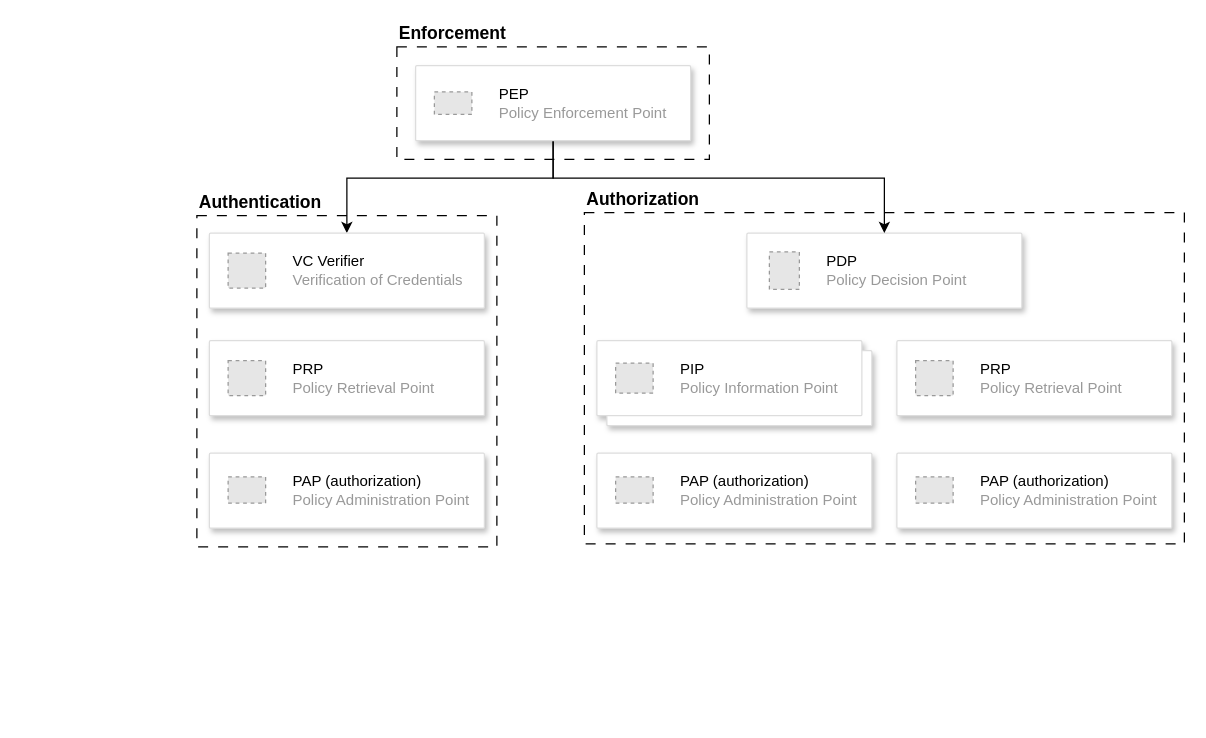
Earlier version of the draw.io diagram images/login_in_DOME/authn_architecture.drawio (DOME-Marketplace/did-method-elsi). Source tidied: cells renumbered, new cells numbered last; positions are measured from the earlier drawing's top-left corner, leaving out a move shared by most shapes. Both pictures are drawn from the tidied source at 125%, with x=0, y=0 at pixel (196, 46). Pictures stored in the file or linked from it are replaced by grey dashed boxes.
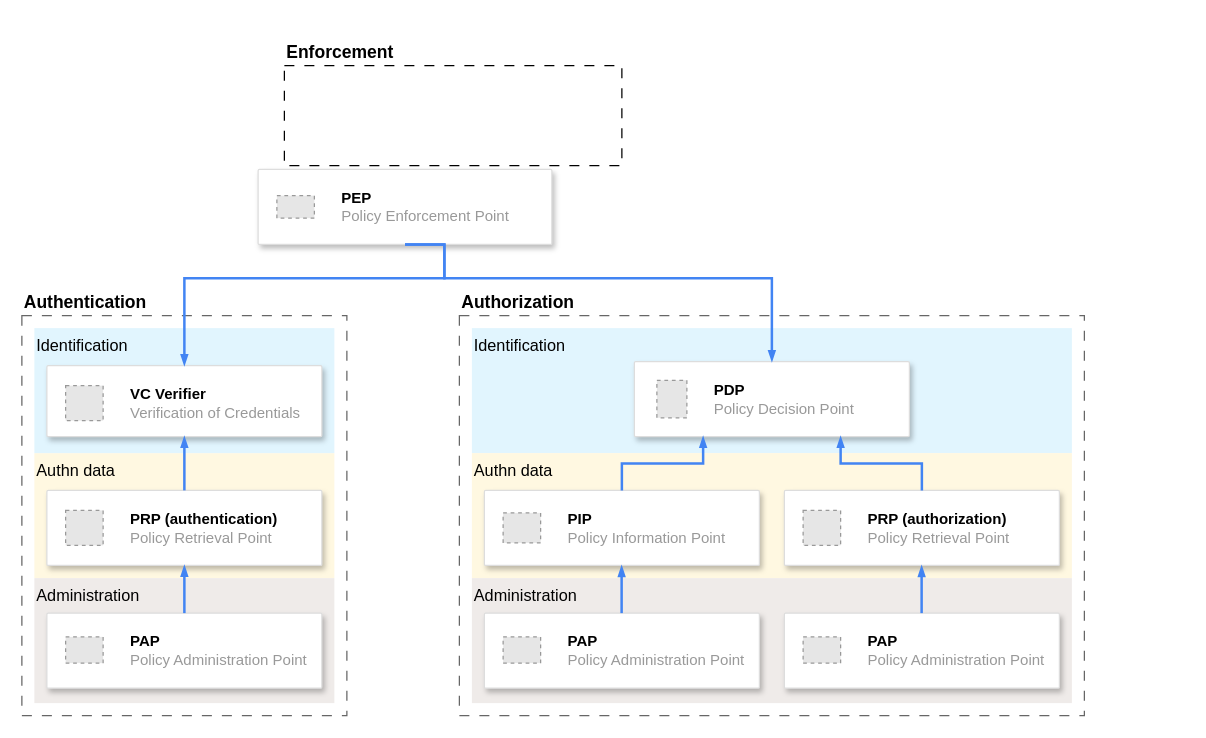
The same diagram, later.

Commit message (it also covers changes not shown here):
Add detail to architecture drawing

Change to the diagram source:
```diff
@@
+    <mxCell id="3" value="&lt;b&gt;&lt;font style=&quot;font-size: 14px;&quot;&gt;Authorization&lt;/font&gt;&lt;/b&gt;" style="rounded=0;whiteSpace=wrap;html=1;dashed=1;dashPattern=8 8;fillStyle=auto;fillColor=none;align=left;verticalAlign=bottom;labelPosition=center;verticalLabelPosition=top;strokeColor=#666666;" parent="1" vertex="1">
+      <mxGeometry x="210" y="215" width="500" height="320" as="geometry" />
+    </mxCell>
+    <mxCell id="25" value="&lt;font style=&quot;font-size: 13px;&quot;&gt;Identification&lt;/font&gt;" style="rounded=0;whiteSpace=wrap;html=1;fillColor=#e1f5fe;gradientColor=none;strokeColor=none;verticalAlign=top;labelPosition=center;verticalLabelPosition=middle;align=left;" parent="1" vertex="1">
+      <mxGeometry x="220" y="225" width="480" height="100" as="geometry" />
+    </mxCell>
+    <mxCell id="26" value="&lt;font style=&quot;font-size: 13px;&quot;&gt;Authn data&lt;/font&gt;" style="rounded=0;whiteSpace=wrap;html=1;fillColor=#FFF8E1;strokeColor=none;verticalAlign=top;align=left;" parent="1" vertex="1">
+      <mxGeometry x="220" y="325" width="480" height="100" as="geometry" />
+    </mxCell>
+    <mxCell id="27" value="&lt;font style=&quot;font-size: 13px;&quot;&gt;Administration&lt;/font&gt;" style="rounded=0;whiteSpace=wrap;html=1;fillColor=#EFEBE9;strokeColor=none;align=left;verticalAlign=top;" parent="1" vertex="1">
+      <mxGeometry x="220" y="425" width="480" height="100" as="geometry" />
+    </mxCell>
+    <mxCell id="4" value="&lt;b&gt;&lt;font style=&quot;font-size: 14px;&quot;&gt;Authentication&lt;/font&gt;&lt;/b&gt;" style="rounded=0;whiteSpace=wrap;html=1;dashed=1;dashPattern=8 8;fillStyle=auto;fillColor=none;align=left;verticalAlign=bottom;labelPosition=center;verticalLabelPosition=top;strokeColor=#666666;" parent="1" vertex="1">
+      <mxGeometry x="-140" y="215" width="260" height="320" as="geometry" />
+    </mxCell>
+    <mxCell id="28" value="&lt;font style=&quot;font-size: 13px;&quot;&gt;Authn data&lt;/font&gt;" style="rounded=0;whiteSpace=wrap;html=1;fillColor=#FFF8E1;strokeColor=none;verticalAlign=top;align=left;" parent="1" vertex="1">
+      <mxGeometry x="-130" y="325" width="240" height="100" as="geometry" />
+    </mxCell>
+    <mxCell id="29" style="strokeColor=#dddddd;shadow=1;strokeWidth=1;rounded=1;absoluteArcSize=1;arcSize=2;" parent="1" vertex="1">
+      <mxGeometry x="-120" y="354.8" width="220" height="60" as="geometry" />
+    </mxCell>
+    <mxCell id="30" value="&lt;font color=&quot;#000000&quot;&gt;&lt;b&gt;PRP (authentication)&lt;/b&gt;&lt;br&gt;&lt;/font&gt;Policy Retrieval Point" style="fillColor=#E6E6E6;strokeColor=#999999;dashed=1;html=1;fontColor=#999999;verticalLabelPosition=middle;labelBackgroundColor=#ffffff;verticalAlign=middle;labelPosition=right;align=left;spacingLeft=20;" parent="29" vertex="1">
+      <mxGeometry width="30" height="28" relative="1" as="geometry">
+        <mxPoint x="15" y="16" as="offset" />
+      </mxGeometry>
+    </mxCell>
+    <mxCell id="31" value="&lt;font style=&quot;font-size: 13px;&quot;&gt;Identification&lt;/font&gt;" style="rounded=0;whiteSpace=wrap;html=1;fillColor=#e1f5fe;gradientColor=none;strokeColor=none;verticalAlign=top;labelPosition=center;verticalLabelPosition=middle;align=left;" parent="1" vertex="1">
+      <mxGeometry x="-130" y="225" width="240" height="100" as="geometry" />
+    </mxCell>
+    <mxCell id="32" style="strokeColor=#dddddd;shadow=1;strokeWidth=1;rounded=1;absoluteArcSize=1;arcSize=2;" parent="1" vertex="1">
+      <mxGeometry x="-120" y="255" width="220" height="56.7" as="geometry" />
+    </mxCell>
+    <mxCell id="24" value="&lt;font color=&quot;#000000&quot;&gt;&lt;b&gt;VC Verifier&lt;/b&gt;&lt;br&gt;&lt;/font&gt;Verification of Credentials" style="fillColor=#E6E6E6;strokeColor=#999999;dashed=1;html=1;fontColor=#999999;verticalLabelPosition=middle;labelBackgroundColor=#ffffff;verticalAlign=middle;labelPosition=right;align=left;spacingLeft=20;" parent="32" vertex="1">
+      <mxGeometry width="30" height="28" relative="1" as="geometry">
+        <mxPoint x="15" y="16" as="offset" />
+      </mxGeometry>
+    </mxCell>
+    <mxCell id="33" value="&lt;font style=&quot;font-size: 13px;&quot;&gt;Administration&lt;/font&gt;" style="rounded=0;whiteSpace=wrap;html=1;fillColor=#EFEBE9;strokeColor=none;align=left;verticalAlign=top;" parent="1" vertex="1">
+      <mxGeometry x="-130" y="425" width="240" height="100" as="geometry" />
+    </mxCell>
+    <mxCell id="34" style="strokeColor=#dddddd;shadow=1;strokeWidth=1;rounded=1;absoluteArcSize=1;arcSize=2;" parent="1" vertex="1">
+      <mxGeometry x="-120" y="453" width="220" height="60" as="geometry" />
+    </mxCell>
+    <mxCell id="35" value="&lt;font color=&quot;#000000&quot;&gt;&lt;b&gt;PAP&lt;/b&gt;&lt;/font&gt;&lt;br&gt;Policy Administration Point" style="fillColor=#E6E6E6;strokeColor=#999999;dashed=1;html=1;fontColor=#999999;verticalLabelPosition=middle;labelBackgroundColor=#ffffff;verticalAlign=middle;labelPosition=right;align=left;spacingLeft=20;" parent="34" vertex="1">
+      <mxGeometry width="30" height="21" relative="1" as="geometry">
+        <mxPoint x="15" y="19" as="offset" />
+      </mxGeometry>
+    </mxCell>
+    <mxCell id="36" style="strokeColor=#dddddd;shadow=1;strokeWidth=1;rounded=1;absoluteArcSize=1;arcSize=2;" parent="1" vertex="1">
+      <mxGeometry x="350" y="251.7" width="220" height="60" as="geometry" />
+    </mxCell>
+    <mxCell id="6" value="&lt;font color=&quot;#000000&quot;&gt;&lt;b&gt;PDP&lt;/b&gt;&lt;/font&gt;&lt;br&gt;Policy Decision Point" style="fillColor=#E6E6E6;strokeColor=#999999;dashed=1;html=1;fontColor=#999999;verticalLabelPosition=middle;labelBackgroundColor=#ffffff;verticalAlign=middle;labelPosition=right;align=left;spacingLeft=20;" parent="36" vertex="1">
+      <mxGeometry width="24" height="30" relative="1" as="geometry">
+        <mxPoint x="18" y="15" as="offset" />
+      </mxGeometry>
+    </mxCell>
+    <mxCell id="37" style="strokeColor=#dddddd;shadow=1;strokeWidth=1;rounded=1;absoluteArcSize=1;arcSize=2;" parent="1" vertex="1">
+      <mxGeometry x="230" y="453" width="220" height="60" as="geometry" />
+    </mxCell>
+    <mxCell id="38" value="&lt;font color=&quot;#000000&quot;&gt;&lt;b&gt;PAP&lt;/b&gt;&lt;/font&gt;&lt;br&gt;Policy Administration Point" style="fillColor=#E6E6E6;strokeColor=#999999;dashed=1;html=1;fontColor=#999999;verticalLabelPosition=middle;labelBackgroundColor=#ffffff;verticalAlign=middle;labelPosition=right;align=left;spacingLeft=20;" parent="37" vertex="1">
+      <mxGeometry width="30" height="21" relative="1" as="geometry">
+        <mxPoint x="15" y="19" as="offset" />
+      </mxGeometry>
+    </mxCell>
+    <mxCell id="39" style="strokeColor=#dddddd;shadow=1;strokeWidth=1;rounded=1;absoluteArcSize=1;arcSize=2;" parent="1" vertex="1">
+      <mxGeometry x="470" y="354.8" width="220" height="60" as="geometry" />
+    </mxCell>
+    <mxCell id="40" value="&lt;font color=&quot;#000000&quot;&gt;&lt;b&gt;PRP (authorization)&lt;/b&gt;&lt;br&gt;&lt;/font&gt;Policy Retrieval Point" style="fillColor=#E6E6E6;strokeColor=#999999;dashed=1;html=1;fontColor=#999999;verticalLabelPosition=middle;labelBackgroundColor=#ffffff;verticalAlign=middle;labelPosition=right;align=left;spacingLeft=20;" parent="39" vertex="1">
+      <mxGeometry width="30" height="28" relative="1" as="geometry">
+        <mxPoint x="15" y="16" as="offset" />
+      </mxGeometry>
+    </mxCell>
+    <mxCell id="41" style="strokeColor=#dddddd;shadow=1;strokeWidth=1;rounded=1;absoluteArcSize=1;arcSize=2;" parent="1" vertex="1">
+      <mxGeometry x="470" y="453" width="220" height="60" as="geometry" />
+    </mxCell>
+    <mxCell id="42" value="&lt;font color=&quot;#000000&quot;&gt;&lt;b&gt;PAP&lt;/b&gt;&lt;/font&gt;&lt;br&gt;Policy Administration Point" style="fillColor=#E6E6E6;strokeColor=#999999;dashed=1;html=1;fontColor=#999999;verticalLabelPosition=middle;labelBackgroundColor=#ffffff;verticalAlign=middle;labelPosition=right;align=left;spacingLeft=20;" parent="41" vertex="1">
+      <mxGeometry width="30" height="21" relative="1" as="geometry">
+        <mxPoint x="15" y="19" as="offset" />
+      </mxGeometry>
+    </mxCell>
+    <mxCell id="43" style="strokeColor=#dddddd;shadow=1;strokeWidth=1;rounded=1;absoluteArcSize=1;arcSize=2;" parent="1" vertex="1">
+      <mxGeometry x="230" y="354.8" width="220" height="60" as="geometry" />
+    </mxCell>
+    <mxCell id="8" value="&lt;font color=&quot;#000000&quot;&gt;&lt;b&gt;PIP&lt;/b&gt;&lt;/font&gt;&lt;br&gt;Policy Information Point" style="fillColor=#E6E6E6;strokeColor=#999999;dashed=1;html=1;fontColor=#999999;verticalLabelPosition=middle;labelBackgroundColor=#ffffff;verticalAlign=middle;labelPosition=right;align=left;spacingLeft=20;" parent="43" vertex="1">
+      <mxGeometry width="30" height="24" relative="1" as="geometry">
+        <mxPoint x="15" y="18" as="offset" />
+      </mxGeometry>
+    </mxCell>
+    <mxCell id="44" style="edgeStyle=orthogonalEdgeStyle;fontSize=12;html=1;endArrow=blockThin;endFill=1;rounded=0;strokeWidth=2;endSize=4;startSize=4;dashed=0;strokeColor=#4284F3;entryX=0.5;entryY=1;entryDx=0;entryDy=0;exitX=0.5;exitY=0;exitDx=0;exitDy=0;" parent="1" edge="1" source="34" target="29">
+      <mxGeometry relative="1" as="geometry" />
+    </mxCell>
+    <mxCell id="45" style="edgeStyle=orthogonalEdgeStyle;fontSize=12;html=1;endArrow=blockThin;endFill=1;rounded=0;strokeWidth=2;endSize=4;startSize=4;dashed=0;strokeColor=#4284F3;entryX=0.5;entryY=1;entryDx=0;entryDy=0;exitX=0.5;exitY=0;exitDx=0;exitDy=0;" parent="1" edge="1" source="29" target="32">
+      <mxGeometry relative="1" as="geometry" />
+    </mxCell>
+    <mxCell id="46" style="edgeStyle=orthogonalEdgeStyle;fontSize=12;html=1;endArrow=blockThin;endFill=1;rounded=0;strokeWidth=2;endSize=4;startSize=4;dashed=0;strokeColor=#4284F3;entryX=0.5;entryY=1;entryDx=0;entryDy=0;exitX=0.5;exitY=0;exitDx=0;exitDy=0;" parent="1" edge="1">
+      <mxGeometry relative="1" as="geometry">
+        <mxPoint x="339.8" y="453" as="sourcePoint" />
+        <mxPoint x="339.8" y="415" as="targetPoint" />
+      </mxGeometry>
+    </mxCell>
+    <mxCell id="47" style="edgeStyle=orthogonalEdgeStyle;fontSize=12;html=1;endArrow=blockThin;endFill=1;rounded=0;strokeWidth=2;endSize=4;startSize=4;dashed=0;strokeColor=#4284F3;entryX=0.5;entryY=1;entryDx=0;entryDy=0;exitX=0.5;exitY=0;exitDx=0;exitDy=0;" parent="1" edge="1">
+      <mxGeometry relative="1" as="geometry">
+        <mxPoint x="579.8" y="453" as="sourcePoint" />
+        <mxPoint x="579.8" y="415" as="targetPoint" />
+      </mxGeometry>
+    </mxCell>
+    <mxCell id="48" style="edgeStyle=orthogonalEdgeStyle;fontSize=12;html=1;endArrow=blockThin;endFill=1;rounded=0;strokeWidth=2;endSize=4;startSize=4;dashed=0;strokeColor=#4284F3;entryX=0.25;entryY=1;entryDx=0;entryDy=0;exitX=0.5;exitY=0;exitDx=0;exitDy=0;" parent="1" edge="1" source="43" target="36">
+      <mxGeometry relative="1" as="geometry" />
+    </mxCell>
+    <mxCell id="49" style="edgeStyle=orthogonalEdgeStyle;fontSize=12;html=1;endArrow=blockThin;endFill=1;rounded=0;strokeWidth=2;endSize=4;startSize=4;dashed=0;strokeColor=#4284F3;entryX=0.75;entryY=1;entryDx=0;entryDy=0;exitX=0.5;exitY=0;exitDx=0;exitDy=0;" parent="1" edge="1" source="39" target="36">
+      <mxGeometry relative="1" as="geometry" />
+    </mxCell>
     <mxCell id="2" value="&lt;b&gt;&lt;font style=&quot;font-size: 14px;&quot;&gt;Enforcement&lt;/font&gt;&lt;/b&gt;" style="rounded=0;whiteSpace=wrap;html=1;dashed=1;dashPattern=8 8;fillStyle=auto;fillColor=none;align=left;verticalAlign=bottom;labelPosition=center;verticalLabelPosition=top;" parent="1" vertex="1">
-      <mxGeometry x="160" width="250" height="90" as="geometry" />
+      <mxGeometry x="70" y="15" width="270" height="80" as="geometry" />
     </mxCell>
-    <mxCell id="3" value="&lt;b&gt;&lt;font style=&quot;font-size: 14px;&quot;&gt;Authorization&lt;/font&gt;&lt;/b&gt;" style="rounded=0;whiteSpace=wrap;html=1;dashed=1;dashPattern=8 8;fillStyle=auto;fillColor=none;align=left;verticalAlign=bottom;labelPosition=center;verticalLabelPosition=top;" parent="1" vertex="1">
-      <mxGeometry x="310" y="132.5" width="480" height="265" as="geometry" />
-    </mxCell>
-    <mxCell id="4" value="&lt;b&gt;&lt;font style=&quot;font-size: 14px;&quot;&gt;Authentication&lt;/font&gt;&lt;/b&gt;" style="rounded=0;whiteSpace=wrap;html=1;dashed=1;dashPattern=8 8;fillStyle=auto;fillColor=none;align=left;verticalAlign=bottom;labelPosition=center;verticalLabelPosition=top;" parent="1" vertex="1">
-      <mxGeometry y="135" width="240" height="265" as="geometry" />
-    </mxCell>
-    <mxCell id="5" style="strokeColor=#dddddd;shadow=1;strokeWidth=1;rounded=1;absoluteArcSize=1;arcSize=2;" parent="1" vertex="1">
-      <mxGeometry x="440" y="149" width="220" height="60" as="geometry" />
-    </mxCell>
-    <mxCell id="6" value="&lt;font color=&quot;#000000&quot;&gt;PDP&lt;/font&gt;&lt;br&gt;Policy Decision Point" style="fillColor=#E6E6E6;strokeColor=#999999;dashed=1;html=1;fontColor=#999999;verticalLabelPosition=middle;labelBackgroundColor=#ffffff;verticalAlign=middle;labelPosition=right;align=left;spacingLeft=20;" parent="5" vertex="1">
-      <mxGeometry width="24" height="30" relative="1" as="geometry">
-        <mxPoint x="18" y="15" as="offset" />
-      </mxGeometry>
-    </mxCell>
-    <mxCell id="7" style="shape=mxgraph.gcp2.doubleRect;strokeColor=#dddddd;shadow=1;strokeWidth=1;rounded=1;absoluteArcSize=1;arcSize=2;" parent="1" vertex="1">
-      <mxGeometry x="320" y="235" width="220" height="68" as="geometry" />
-    </mxCell>
-    <mxCell id="8" value="&lt;font color=&quot;#000000&quot;&gt;PIP&lt;/font&gt;&lt;br&gt;Policy Information Point" style="fillColor=#E6E6E6;strokeColor=#999999;dashed=1;html=1;fontColor=#999999;verticalLabelPosition=middle;labelBackgroundColor=#ffffff;verticalAlign=middle;labelPosition=right;align=left;spacingLeft=20;" parent="7" vertex="1">
-      <mxGeometry width="30" height="24" relative="1" as="geometry">
-        <mxPoint x="15" y="18" as="offset" />
-      </mxGeometry>
-    </mxCell>
-    <mxCell id="9" style="strokeColor=#dddddd;shadow=1;strokeWidth=1;rounded=1;absoluteArcSize=1;arcSize=2;" parent="1" vertex="1">
-      <mxGeometry x="320" y="325" width="220" height="60" as="geometry" />
-    </mxCell>
-    <mxCell id="10" value="&lt;font color=&quot;#000000&quot;&gt;PAP (authorization)&lt;/font&gt;&lt;br&gt;Policy Administration Point" style="fillColor=#E6E6E6;strokeColor=#999999;dashed=1;html=1;fontColor=#999999;verticalLabelPosition=middle;labelBackgroundColor=#ffffff;verticalAlign=middle;labelPosition=right;align=left;spacingLeft=20;" parent="9" vertex="1">
-      <mxGeometry width="30" height="21" relative="1" as="geometry">
-        <mxPoint x="15" y="19" as="offset" />
-      </mxGeometry>
-    </mxCell>
-    <mxCell id="11" style="strokeColor=#dddddd;shadow=1;strokeWidth=1;rounded=1;absoluteArcSize=1;arcSize=2;" parent="1" vertex="1">
-      <mxGeometry x="560" y="235" width="220" height="60" as="geometry" />
-    </mxCell>
-    <mxCell id="12" value="&lt;font color=&quot;#000000&quot;&gt;PRP&lt;br&gt;&lt;/font&gt;Policy Retrieval Point" style="fillColor=#E6E6E6;strokeColor=#999999;dashed=1;html=1;fontColor=#999999;verticalLabelPosition=middle;labelBackgroundColor=#ffffff;verticalAlign=middle;labelPosition=right;align=left;spacingLeft=20;" parent="11" vertex="1">
-      <mxGeometry width="30" height="28" relative="1" as="geometry">
-        <mxPoint x="15" y="16" as="offset" />
-      </mxGeometry>
-    </mxCell>
-    <mxCell id="13" style="strokeColor=#dddddd;shadow=1;strokeWidth=1;rounded=1;absoluteArcSize=1;arcSize=2;" parent="1" vertex="1">
-      <mxGeometry x="560" y="325" width="220" height="60" as="geometry" />
-    </mxCell>
-    <mxCell id="14" value="&lt;font color=&quot;#000000&quot;&gt;PAP (authorization)&lt;/font&gt;&lt;br&gt;Policy Administration Point" style="fillColor=#E6E6E6;strokeColor=#999999;dashed=1;html=1;fontColor=#999999;verticalLabelPosition=middle;labelBackgroundColor=#ffffff;verticalAlign=middle;labelPosition=right;align=left;spacingLeft=20;" parent="13" vertex="1">
-      <mxGeometry width="30" height="21" relative="1" as="geometry">
-        <mxPoint x="15" y="19" as="offset" />
-      </mxGeometry>
-    </mxCell>
-    <mxCell id="15" style="strokeColor=#dddddd;shadow=1;strokeWidth=1;rounded=1;absoluteArcSize=1;arcSize=2;" parent="1" vertex="1">
-      <mxGeometry x="10" y="235" width="220" height="60" as="geometry" />
-    </mxCell>
-    <mxCell id="16" value="&lt;font color=&quot;#000000&quot;&gt;PRP&lt;br&gt;&lt;/font&gt;Policy Retrieval Point" style="fillColor=#E6E6E6;strokeColor=#999999;dashed=1;html=1;fontColor=#999999;verticalLabelPosition=middle;labelBackgroundColor=#ffffff;verticalAlign=middle;labelPosition=right;align=left;spacingLeft=20;" parent="15" vertex="1">
-      <mxGeometry width="30" height="28" relative="1" as="geometry">
-        <mxPoint x="15" y="16" as="offset" />
-      </mxGeometry>
-    </mxCell>
-    <mxCell id="17" style="strokeColor=#dddddd;shadow=1;strokeWidth=1;rounded=1;absoluteArcSize=1;arcSize=2;" parent="1" vertex="1">
-      <mxGeometry x="10" y="325" width="220" height="60" as="geometry" />
-    </mxCell>
-    <mxCell id="18" value="&lt;font color=&quot;#000000&quot;&gt;PAP (authorization)&lt;/font&gt;&lt;br&gt;Policy Administration Point" style="fillColor=#E6E6E6;strokeColor=#999999;dashed=1;html=1;fontColor=#999999;verticalLabelPosition=middle;labelBackgroundColor=#ffffff;verticalAlign=middle;labelPosition=right;align=left;spacingLeft=20;" parent="17" vertex="1">
-      <mxGeometry width="30" height="21" relative="1" as="geometry">
-        <mxPoint x="15" y="19" as="offset" />
-      </mxGeometry>
-    </mxCell>
-    <mxCell id="19" style="edgeStyle=orthogonalEdgeStyle;rounded=0;jettySize=auto;html=1;exitX=0.5;exitY=1;exitDx=0;exitDy=0;entryX=0.5;entryY=0;entryDx=0;entryDy=0;" parent="1" edge="1" source="21" target="23">
-      <mxGeometry relative="1" as="geometry">
-        <Array as="points">
-          <mxPoint x="285" y="105" />
-          <mxPoint x="120" y="105" />
-        </Array>
-      </mxGeometry>
-    </mxCell>
-    <mxCell id="20" style="edgeStyle=orthogonalEdgeStyle;rounded=0;jettySize=auto;html=1;exitX=0.5;exitY=1;exitDx=0;exitDy=0;entryX=0.5;entryY=0;entryDx=0;entryDy=0;" parent="1" edge="1" source="21" target="5">
-      <mxGeometry relative="1" as="geometry">
-        <Array as="points">
-          <mxPoint x="285" y="105" />
-          <mxPoint x="550" y="105" />
-        </Array>
-      </mxGeometry>
-    </mxCell>
-    <mxCell id="21" style="strokeColor=#dddddd;shadow=1;strokeWidth=1;rounded=1;absoluteArcSize=1;arcSize=2;" parent="1" vertex="1">
-      <mxGeometry x="175" y="15" width="220" height="60" as="geometry" />
-    </mxCell>
+    <mxCell id="50" style="strokeColor=#dddddd;shadow=1;strokeWidth=1;rounded=1;absoluteArcSize=1;arcSize=2;" parent="1" vertex="1">
+      <mxGeometry x="49" y="98" width="235" height="60" as="geometry" />
+    </mxCell>
-    <mxCell id="22" value="&lt;font color=&quot;#000000&quot;&gt;PEP&lt;/font&gt;&lt;br&gt;Policy Enforcement Point" style="fillColor=#E6E6E6;strokeColor=#999999;dashed=1;html=1;fontColor=#999999;verticalLabelPosition=middle;labelBackgroundColor=#ffffff;verticalAlign=middle;labelPosition=right;align=left;spacingLeft=20;" parent="21" vertex="1">
+    <mxCell id="22" value="&lt;font color=&quot;#000000&quot;&gt;&lt;b&gt;PEP&lt;/b&gt;&lt;/font&gt;&lt;br&gt;Policy Enforcement Point" style="fillColor=#E6E6E6;strokeColor=#999999;dashed=1;html=1;fontColor=#999999;verticalLabelPosition=middle;labelBackgroundColor=#ffffff;verticalAlign=middle;labelPosition=right;align=left;spacingLeft=20;" parent="50" vertex="1">
       <mxGeometry width="30" height="18" relative="1" as="geometry">
         <mxPoint x="15" y="21" as="offset" />
       </mxGeometry>
     </mxCell>
-    <mxCell id="23" style="strokeColor=#dddddd;shadow=1;strokeWidth=1;rounded=1;absoluteArcSize=1;arcSize=2;" parent="1" vertex="1">
-      <mxGeometry x="10" y="149" width="220" height="60" as="geometry" />
-    </mxCell>
-    <mxCell id="24" value="&lt;font color=&quot;#000000&quot;&gt;VC Verifier&lt;br&gt;&lt;/font&gt;Verification of Credentials" style="fillColor=#E6E6E6;strokeColor=#999999;dashed=1;html=1;fontColor=#999999;verticalLabelPosition=middle;labelBackgroundColor=#ffffff;verticalAlign=middle;labelPosition=right;align=left;spacingLeft=20;" parent="23" vertex="1">
-      <mxGeometry width="30" height="28" relative="1" as="geometry">
-        <mxPoint x="15" y="16" as="offset" />
-      </mxGeometry>
-    </mxCell>
+    <mxCell id="51" style="edgeStyle=orthogonalEdgeStyle;fontSize=12;html=1;endArrow=blockThin;endFill=1;rounded=0;strokeWidth=2;endSize=4;startSize=4;dashed=0;strokeColor=#4284F3;entryX=0.5;entryY=0;entryDx=0;entryDy=0;exitX=0.5;exitY=1;exitDx=0;exitDy=0;" parent="1" edge="1" source="50" target="32">
+      <mxGeometry relative="1" as="geometry">
+        <Array as="points">
+          <mxPoint x="198" y="185" />
+          <mxPoint x="-10" y="185" />
+        </Array>
+      </mxGeometry>
+    </mxCell>
+    <mxCell id="52" style="edgeStyle=orthogonalEdgeStyle;fontSize=12;html=1;endArrow=blockThin;endFill=1;rounded=0;strokeWidth=2;endSize=4;startSize=4;dashed=0;strokeColor=#4284F3;entryX=0.5;entryY=0;entryDx=0;entryDy=0;exitX=0.5;exitY=1;exitDx=0;exitDy=0;" parent="1" edge="1" source="50" target="36">
+      <mxGeometry relative="1" as="geometry">
+        <Array as="points">
+          <mxPoint x="198" y="185" />
+          <mxPoint x="460" y="185" />
+        </Array>
+      </mxGeometry>
+    </mxCell>
```
